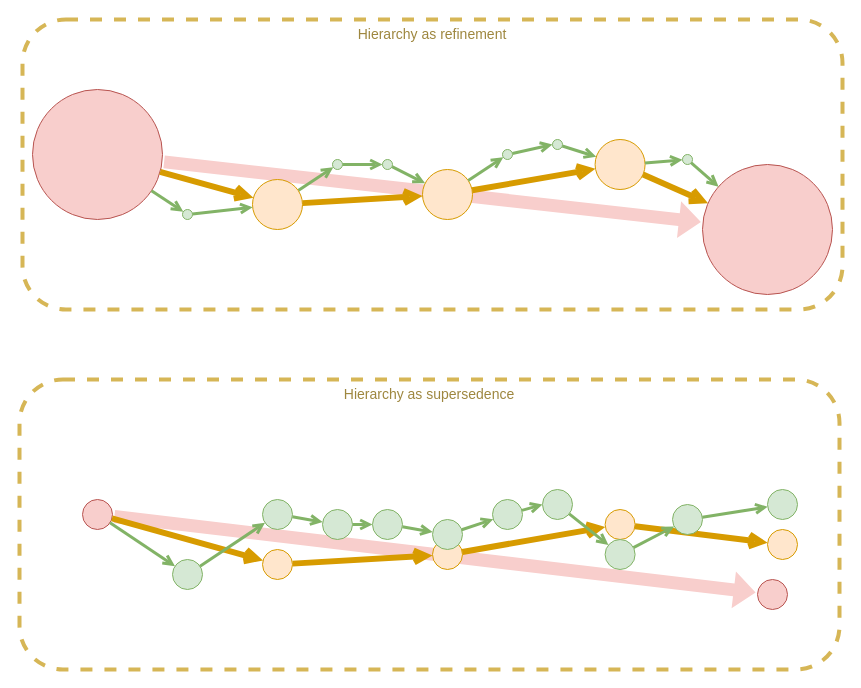
Above: page "hierarchical-rewards" (4 of 5) of files/Executive-control.drawio in malcolmlett/malcolmlett.github.io (draw.io), before the change. Source tidied: cells renumbered, new cells numbered last; positions are measured from the earlier drawing's top-left corner, leaving out a move shared by most shapes. Both pictures are drawn from the tidied source at 100%, with x=0, y=0 at pixel (19, 19).
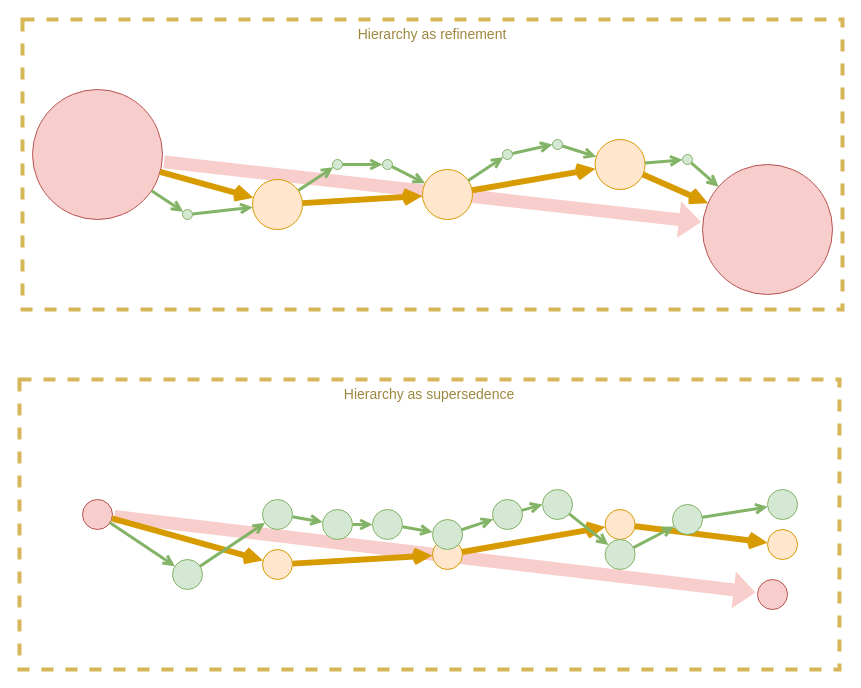
Above is the later version.

The edit, as a diff of the source:
```diff
@@
-    <mxCell id="2" value="Hierarchy as refinement" style="rounded=1;whiteSpace=wrap;html=1;fontSize=14;strokeColor=#d6b656;fillColor=none;strokeWidth=4;dashed=1;verticalAlign=top;fontColor=#9E873F;" parent="1" vertex="1">
+    <mxCell id="2" value="Hierarchy as refinement" style="rounded=0;whiteSpace=wrap;html=1;fontSize=14;strokeColor=#d6b656;fillColor=none;strokeWidth=4;dashed=1;verticalAlign=top;fontColor=#9E873F;" parent="1" vertex="1">
       <mxGeometry x="3" width="820" height="290" as="geometry" />
     </mxCell>
-    <mxCell id="3" value="Hierarchy as supersedence" style="rounded=1;whiteSpace=wrap;html=1;fontSize=14;strokeColor=#d6b656;fillColor=none;strokeWidth=4;dashed=1;verticalAlign=top;fontColor=#9E873F;" parent="1" vertex="1">
+    <mxCell id="3" value="Hierarchy as supersedence" style="rounded=0;whiteSpace=wrap;html=1;fontSize=14;strokeColor=#d6b656;fillColor=none;strokeWidth=4;dashed=1;verticalAlign=top;fontColor=#9E873F;" parent="1" vertex="1">
       <mxGeometry y="360" width="820" height="290" as="geometry" />
     </mxCell>
```
